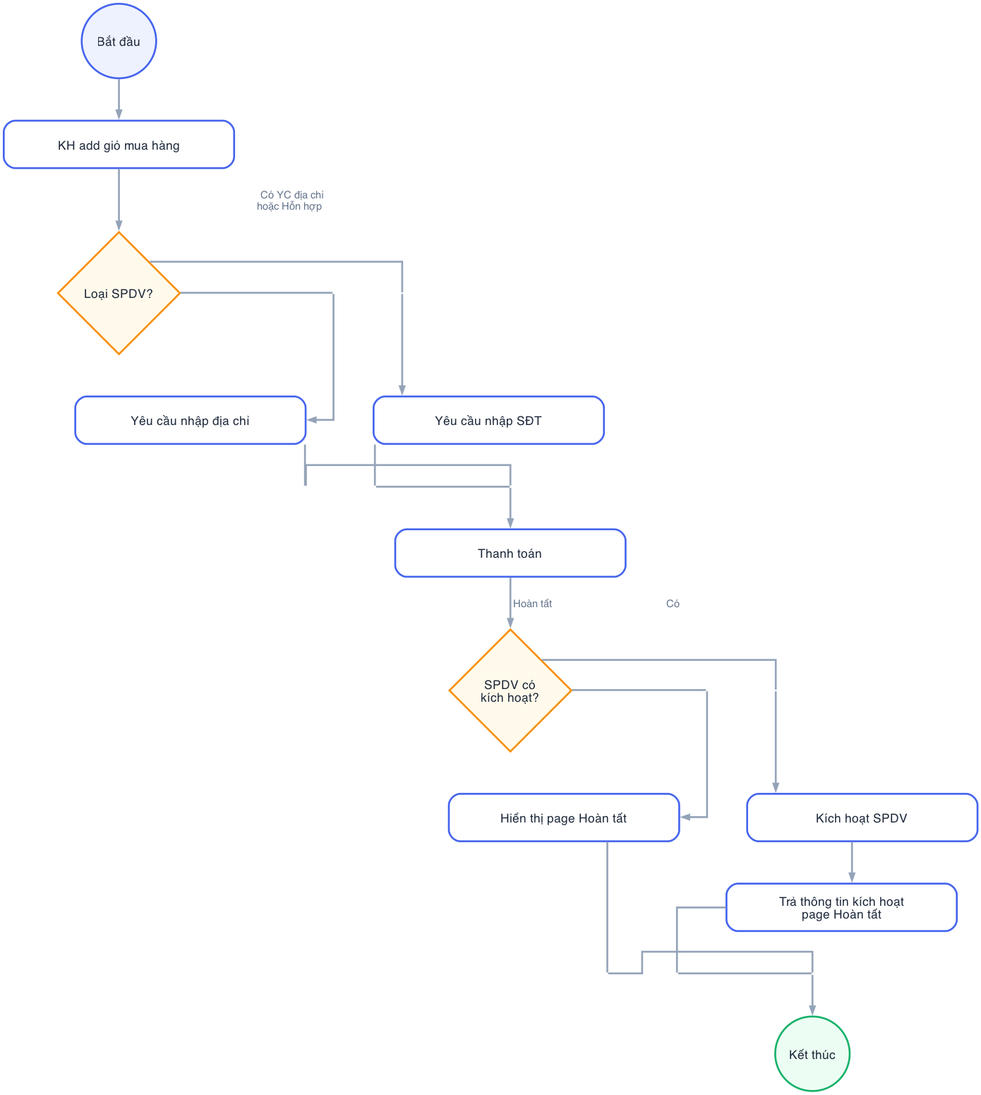
Above: diagrams/bpmn_shopping_cart.png in hathuy2706-BA/FPT (Graphviz), before the change. Its source is kept beside it as diagrams/bpmn_shopping_cart.dot.
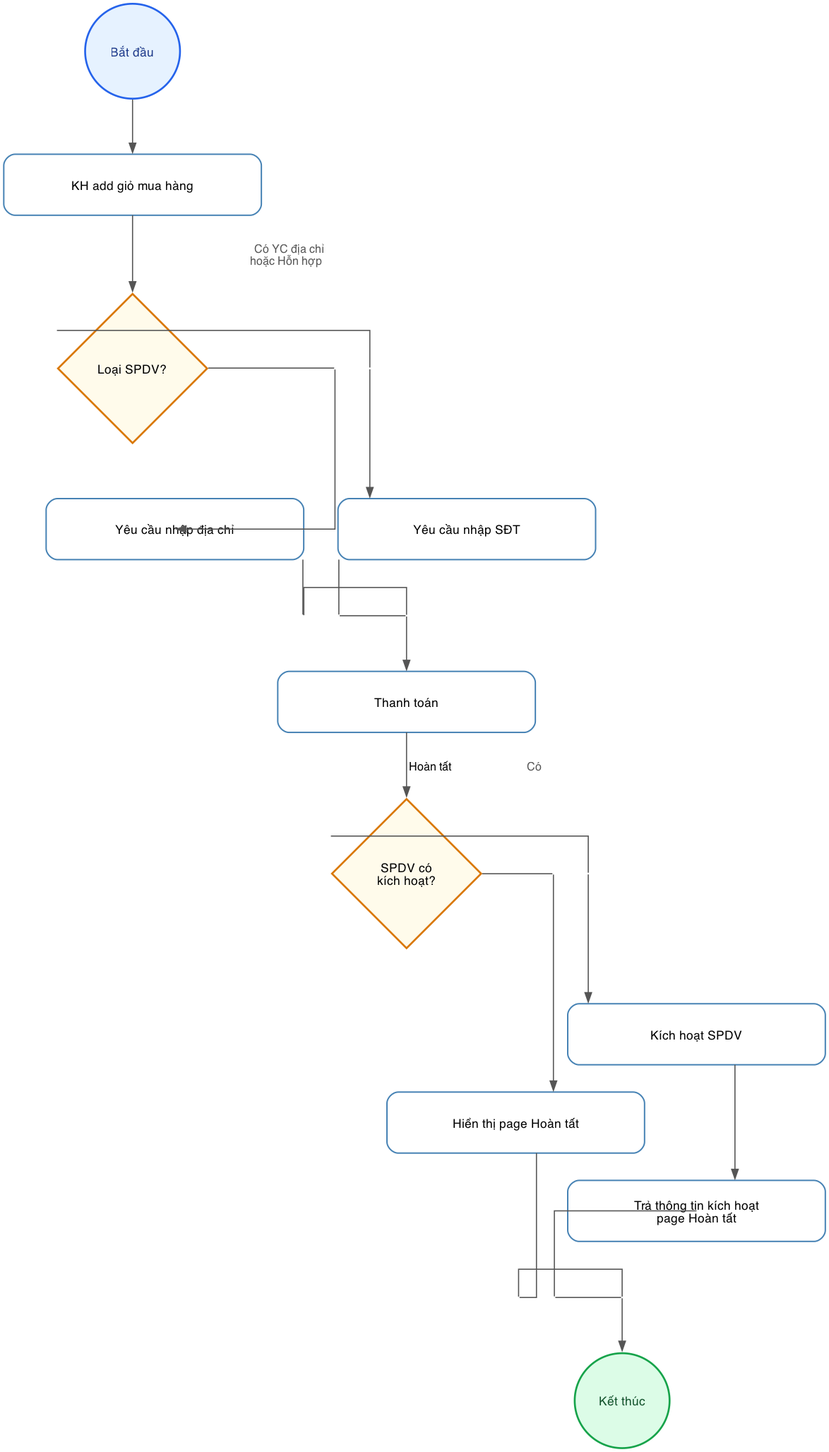
Later version of the same file.

Commit message:
Restore original styling and force precise center routing

Diff of the diagram source:
```diff
@@ -1,28 +1,25 @@
 digraph G {
-    bgcolor="#FFFFFF";
+    bgcolor="white";
     rankdir=TB;
     splines=ortho;
-    nodesep=1.0;
-    ranksep=0.6;
+    nodesep=0.5;
+    ranksep=0.8;
     newrank=true;
     compound=true;
-    fontname="Inter";
+    fontname="Times New Roman";
 
-    edge [fontname="Inter", fontsize=11, color="#94A3B8", penwidth=2.0, arrowsize=0.7];
+    edge [fontname="Times New Roman", fontsize=12, color="#555555", penwidth=1.2];
+    node [fontname="Times New Roman", fontsize=13, style="filled,bold"];
 
-    node [fontname="Inter", fontsize=13, fontcolor="#1E293B", penwidth=2.0];
+    node [shape=circle, width=1.4, height=1.4, fixedsize=true, fillcolor="#E6F2FF", color="#2563EB", fontcolor="#1E3A8A", penwidth=2];
+    start [label="Bắt đầu"];
+    end_node [label="Kết thúc", fillcolor="#DCFCE7", color="#16A34A", fontcolor="#14532D"];
 
-    node [shape=circle, width=1.1, height=1.1, fixedsize=true, style="filled", fillcolor="#EEF2FF", color="#4564ED"];
-    start [label="Bắt đầu"];
-
-    node [fillcolor="#ECFDF3", color="#17B26A"];
-    end_node [label="Kết thúc"];
-
-    node [shape=diamond, width=1.8, height=1.8, fixedsize=true, fillcolor="#FFFAEB", color="#F79009"];
+    node [shape=diamond, width=2.2, height=2.2, fixedsize=true, fillcolor="#FFFBEB", color="#D97706", fontcolor="#000000"];
     check_type [label="Loại SPDV?"];
     check_activation [label="SPDV có\nkích hoạt?"];
 
-    node [shape=box, style="filled,rounded", width=3.4, height=0.7, fixedsize=true, fillcolor="#FFFFFF", color="#4564ED"];
+    node [shape=box, style="rounded,filled", width=3.8, height=0.9, fixedsize=true, fillcolor="white", color="#4682B4", fontcolor="#000000", penwidth=1.5];
     add_cart [label="KH add giỏ mua hàng"];
     req_phone [label="Yêu cầu nhập SĐT"];
     req_address [label="Yêu cầu nhập địa chỉ"];
@@ -32,43 +29,42 @@
     show_thanks_no_activate [label="Hiển thị page Hoàn tất"];
 
     node [shape=point, width=0, height=0, style=invis];
-    p_tL; p_tR;
-    p_pL; p_pC; p_pR;
-    p_aL; p_aR;
-    p_eL; p_eC; p_eR;
 
-    start -> add_cart;
-    add_cart -> check_type;
+    p_type_L; p_type_R;
+    p_pay_L; p_pay_C; p_pay_R;
+    p_act_L; p_act_R;
+    p_end_L; p_end_C; p_end_R;
 
-    { rank=same; p_tL; check_type; p_tR; }
-    check_type -> p_tL [dir=none, label=" Có YC địa chỉ\nhoặc Hỗn hợp ", fontcolor="#64748B"];
-    check_type -> p_tR [dir=none, label=" Không YC địa chỉ ", fontcolor="#64748B"];
-    p_tL -> req_phone;
-    p_tR -> req_address;
+    start:s -> add_cart:n;
+    add_cart:s -> check_type:n;
 
-    { rank=same; p_pL; p_pC; p_pR; }
-    req_phone -> p_pL [dir=none];
-    req_address -> p_pR [dir=none];
-    p_pL -> p_pC [dir=none];
-    p_pR -> p_pC [dir=none];
-    p_pC -> payment;
+    { rank=same; p_type_L; check_type; p_type_R; }
+    check_type:w -> p_type_L [dir=none, label=" Có YC địa chỉ\nhoặc Hỗn hợp ", fontcolor="#555555"];
+    check_type:e -> p_type_R [dir=none, label=" Không YC địa chỉ ", fontcolor="#555555"];
+    p_type_L -> req_phone:n;
+    p_type_R -> req_address:n;
 
-    payment -> check_activation [label=" Hoàn tất ", fontcolor="#64748B"];
+    { rank=same; p_pay_L; p_pay_C; p_pay_R; }
+    req_phone:s -> p_pay_L [dir=none];
+    req_address:s -> p_pay_R [dir=none];
+    p_pay_L -> p_pay_C [dir=none];
+    p_pay_R -> p_pay_C [dir=none];
+    p_pay_C -> payment:n;
 
-    { rank=same; p_aL; check_activation; p_aR; }
-    check_activation -> p_aL [dir=none, label=" Có ", fontcolor="#64748B"];
-    check_activation -> p_aR [dir=none, label=" Không ", fontcolor="#64748B"];
-    p_aL -> activate;
-    p_aR -> show_thanks_no_activate;
+    payment:s -> check_activation:n [label=" Hoàn tất "];
 
-    activate -> show_thanks_activate;
-    { rank=same; p_eL; p_eC; p_eR; }
-    show_thanks_activate -> p_eL [dir=none];
-    show_thanks_no_activate -> p_eR [dir=none];
-    p_eL -> p_eC [dir=none];
-    p_eR -> p_eC [dir=none];
-    p_eC -> end_node;
+    { rank=same; p_act_L; check_activation; p_act_R; }
+    check_activation:w -> p_act_L [dir=none, label=" Có ", fontcolor="#555555"];
+    check_activation:e -> p_act_R [dir=none, label=" Không ", fontcolor="#555555"];
+    p_act_L -> activate:n;
+    p_act_R -> show_thanks_no_activate:n;
 
-    { rank=same; req_phone; req_address; }
-    { rank=same; activate; show_thanks_no_activate; }
+    activate:s -> show_thanks_activate:n;
+
+    { rank=same; p_end_L; p_end_C; p_end_R; }
+    show_thanks_activate:s -> p_end_L [dir=none];
+    show_thanks_no_activate:s -> p_end_R [dir=none];
+    p_end_L -> p_end_C [dir=none];
+    p_end_R -> p_end_C [dir=none];
+    p_end_C -> end_node:n;
 }
```
